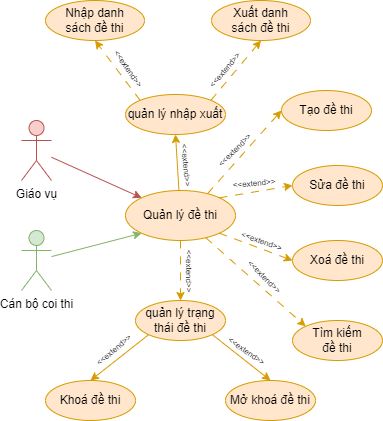
Above: document/temp/draw/usecase_phanra/usecase_quanlydethi.drawio.png in copecute/Edudex-Quiz (draw.io), before the change. Source tidied: cells renumbered, new cells last; positions are measured from the earlier drawing's top-left corner, leaving out a move shared by most shapes.
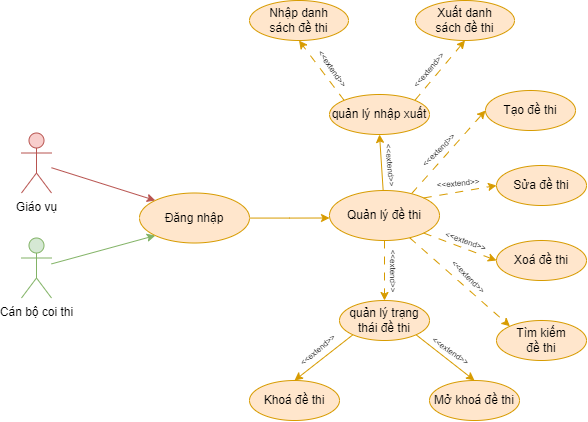
Above is the later version.

Change to the diagram source:
```diff
@@ -2,18 +2,6 @@
   <root>
     <mxCell id="0" />
     <mxCell id="1" parent="0" />
-    <mxCell id="2" style="rounded=0;jettySize=auto;html=1;entryX=0;entryY=0;entryDx=0;entryDy=0;fillColor=#f8cecc;strokeColor=#b85450;" parent="1" edge="1" source="3" target="9">
-      <mxGeometry relative="1" as="geometry" />
-    </mxCell>
-    <mxCell id="3" value="Giáo vụ" style="shape=umlActor;verticalLabelPosition=bottom;verticalAlign=top;html=1;outlineConnect=0;fillColor=#f8cecc;strokeColor=#b85450;" parent="1" vertex="1">
-      <mxGeometry y="120" width="30" height="60" as="geometry" />
-    </mxCell>
-    <mxCell id="4" style="rounded=0;jettySize=auto;html=1;entryX=0;entryY=1;entryDx=0;entryDy=0;fillColor=#d5e8d4;strokeColor=#82b366;" parent="1" edge="1" source="5" target="9">
-      <mxGeometry relative="1" as="geometry" />
-    </mxCell>
-    <mxCell id="5" value="Cán bộ coi thi" style="shape=umlActor;verticalLabelPosition=bottom;verticalAlign=top;html=1;outlineConnect=0;fillColor=#d5e8d4;strokeColor=#82b366;" parent="1" vertex="1">
-      <mxGeometry y="230" width="30" height="60" as="geometry" />
-    </mxCell>
     <mxCell id="6" style="rounded=0;jettySize=auto;html=1;entryX=0;entryY=0;entryDx=0;entryDy=0;fillColor=#ffe6cc;strokeColor=#d79b00;dashed=1;dashPattern=8 8;" parent="1" edge="1" source="9" target="16">
       <mxGeometry relative="1" as="geometry" />
     </mxCell>
@@ -107,5 +95,25 @@
     <mxCell id="36" value="&lt;font style=&quot;font-size: 8px;&quot;&gt;&amp;lt;&amp;lt;extend&amp;gt;&amp;gt;&lt;/font&gt;" style="text;html=1;strokeColor=none;fillColor=none;align=center;verticalAlign=middle;whiteSpace=wrap;rounded=0;rotation=-50;" parent="1" vertex="1">
       <mxGeometry x="173" y="54" width="60" height="30" as="geometry" />
     </mxCell>
+    <mxCell id="37" style="rounded=0;jettySize=auto;html=1;entryX=0;entryY=0;entryDx=0;entryDy=0;fillColor=#f8cecc;strokeColor=#b85450;" parent="1" edge="1" source="3" target="40">
+      <mxGeometry relative="1" as="geometry" />
+    </mxCell>
+    <mxCell id="3" value="Giáo vụ" style="shape=umlActor;verticalLabelPosition=bottom;verticalAlign=top;html=1;outlineConnect=0;fillColor=#f8cecc;strokeColor=#b85450;" parent="1" vertex="1">
+      <mxGeometry x="-204" y="132.5" width="30" height="60" as="geometry" />
+    </mxCell>
+    <mxCell id="38" style="rounded=0;jettySize=auto;html=1;entryX=0;entryY=1;entryDx=0;entryDy=0;fillColor=#d5e8d4;strokeColor=#82b366;" parent="1" edge="1" source="5" target="40">
+      <mxGeometry relative="1" as="geometry" />
+    </mxCell>
+    <mxCell id="5" value="Cán bộ coi thi" style="shape=umlActor;verticalLabelPosition=bottom;verticalAlign=top;html=1;outlineConnect=0;fillColor=#d5e8d4;strokeColor=#82b366;" parent="1" vertex="1">
+      <mxGeometry x="-204" y="237.5" width="30" height="60" as="geometry" />
+    </mxCell>
+    <mxCell id="39" style="edgeStyle=orthogonalEdgeStyle;rounded=0;jettySize=auto;html=1;entryX=0;entryY=0.5;entryDx=0;entryDy=0;fillColor=#ffe6cc;strokeColor=#d79b00;" parent="1" edge="1" source="40">
+      <mxGeometry relative="1" as="geometry">
+        <mxPoint x="104" y="217.5" as="targetPoint" />
+      </mxGeometry>
+    </mxCell>
+    <mxCell id="40" value="Đăng nhập" style="ellipse;whiteSpace=wrap;html=1;fillColor=#ffe6cc;strokeColor=#d79b00;" parent="1" vertex="1">
+      <mxGeometry x="-86" y="192.5" width="110" height="50" as="geometry" />
+    </mxCell>
   </root>
 </mxGraphModel>
```
